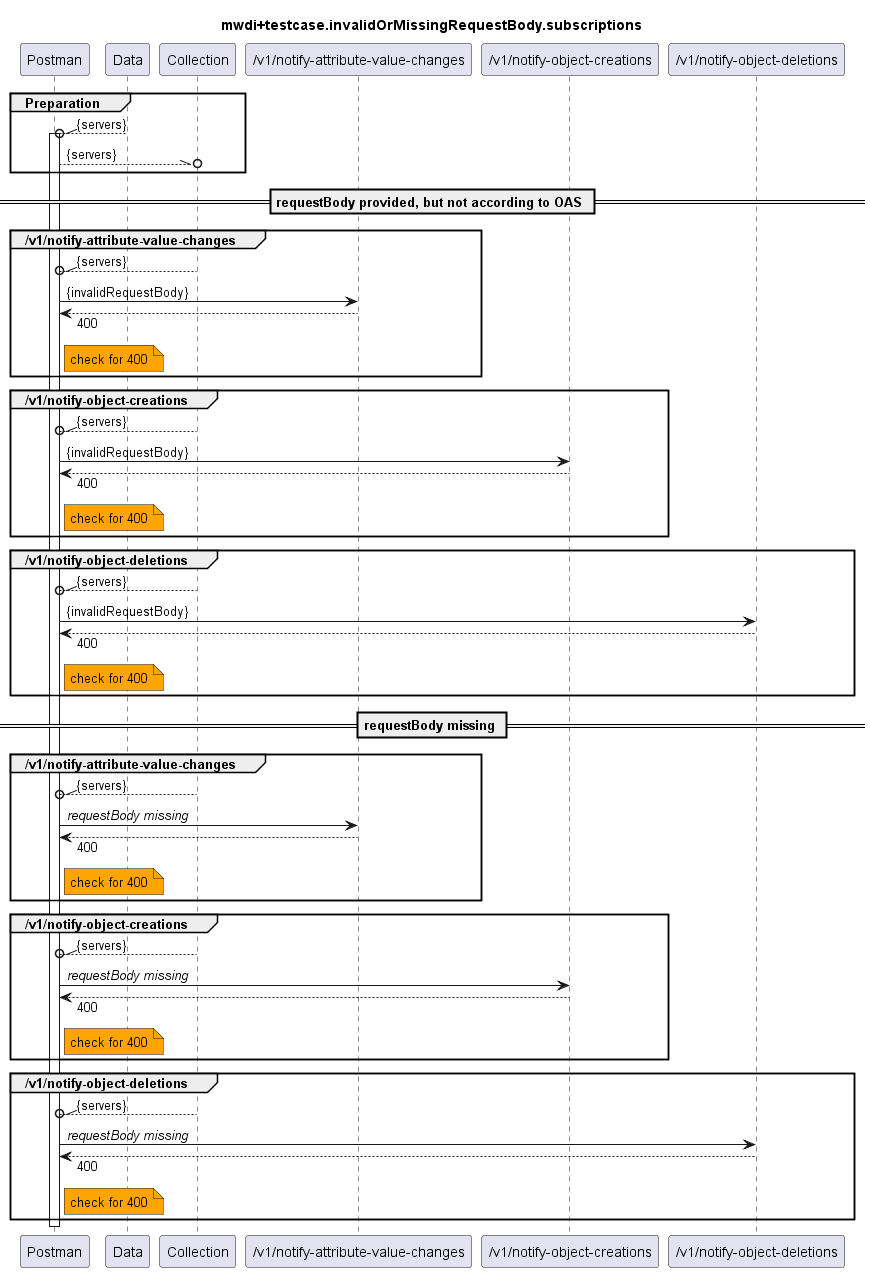
The PlantUML diagram testing/2_functional/invalidOrMissingRequestBody/v1.2.2/Subscriptions/mwdi+diagram.invalidOrMissingRequestBody.subscriptions.png in openBackhaul/MicroWaveDeviceInventory, before a commit.
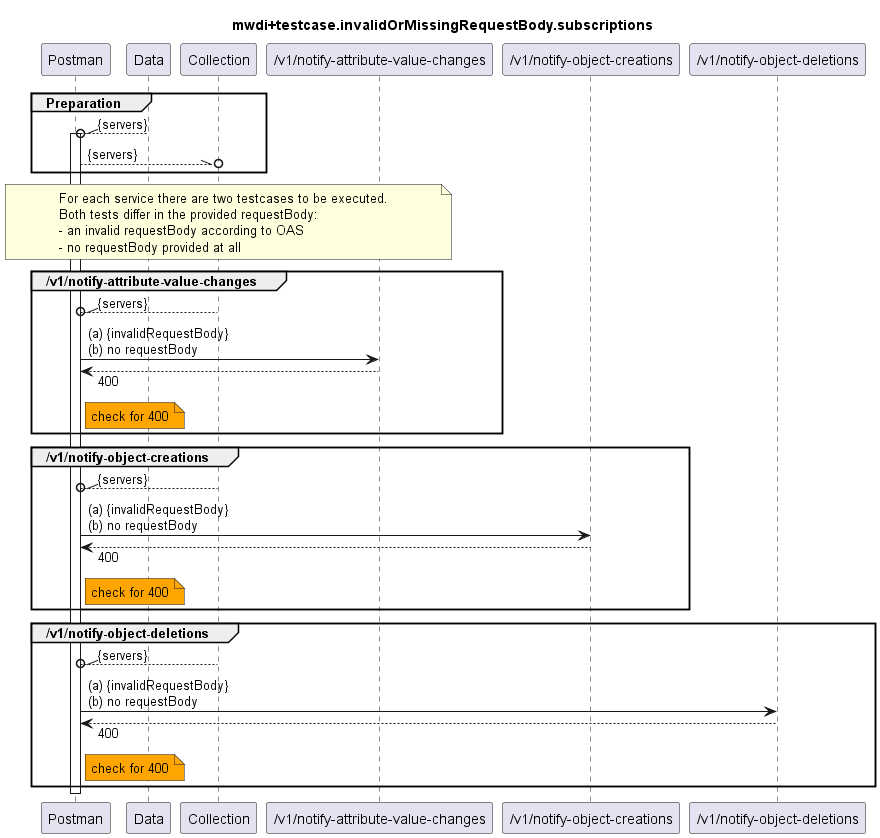
The same file after the commit.

The edit, as a diff of the source:
```diff
@@ -20,10 +20,16 @@
   Postman --\\o Collection : {servers}
 end
 
-== requestBody provided, but not according to OAS ==
+note over Postman, NAVC
+  For each service there are two testcases to be executed.
+  Both tests differ in the provided requestBody:
+  - an invalid requestBody according to OAS
+  - no requestBody provided at all
+end note
+
   group /v1/notify-attribute-value-changes
     Collection --\\o Postman : {servers}
-    Postman -> NAVC : {invalidRequestBody}
+    Postman -> NAVC : (a) {invalidRequestBody} \n(b) no requestBody
     Postman <-- NAVC : 400
     note right Postman #Orange
       check for 400
@@ -32,7 +38,7 @@
 
   group /v1/notify-object-creations
     Collection --\\o Postman : {servers}
-    Postman -> NOC : {invalidRequestBody}
+    Postman -> NOC : (a) {invalidRequestBody} \n(b) no requestBody
     Postman <-- NOC : 400
     note right Postman #Orange
       check for 400
@@ -41,35 +47,7 @@
 
   group /v1/notify-object-deletions
     Collection --\\o Postman : {servers}
-    Postman -> NOD : {invalidRequestBody}
-    Postman <-- NOD : 400
-    note right Postman #Orange
-      check for 400
-    end note
-  end
-
-== requestBody missing ==
-  group /v1/notify-attribute-value-changes
-    Collection --\\o Postman : {servers}
-    Postman -> NAVC : <i>requestBody missing</i>
-    Postman <-- NAVC : 400
-    note right Postman #Orange
-      check for 400
-    end note
-  end
-
-  group /v1/notify-object-creations
-    Collection --\\o Postman : {servers}
-    Postman -> NOC : <i>requestBody missing</i>
-    Postman <-- NOC : 400
-    note right Postman #Orange
-      check for 400
-    end note
-  end
-
-  group /v1/notify-object-deletions
-    Collection --\\o Postman : {servers}
-    Postman -> NOD : <i>requestBody missing</i>
+    Postman -> NOD : (a) {invalidRequestBody} \n(b) no requestBody
     Postman <-- NOD : 400
     note right Postman #Orange
       check for 400
```
